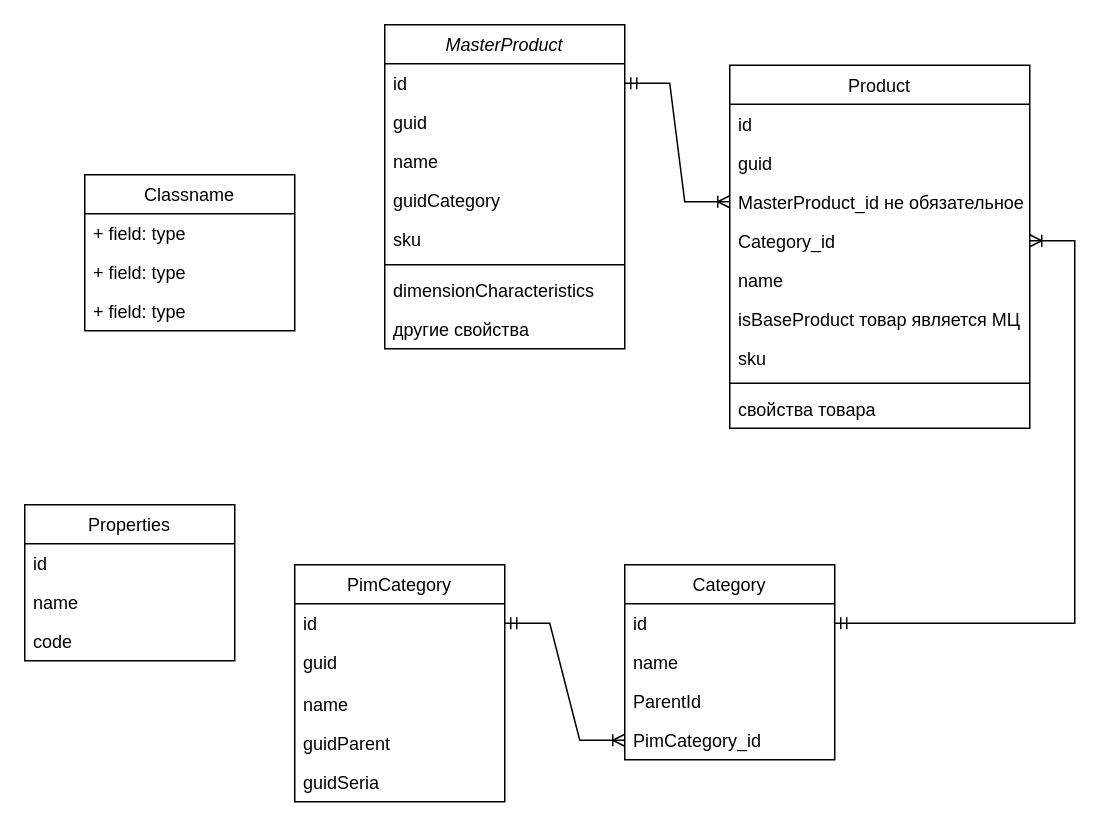
This is page "Page-1" (1 of 3) of base/Untitled Diagram.drawio from vartananastasia/ii, a draw.io file, before an edit. Source tidied: cells renumbered, new cells numbered last; positions are measured from the earlier drawing's top-left corner, leaving out a move shared by most shapes. Both pictures are drawn from the tidied source at 150%, with x=0, y=0 at pixel (24, 24).
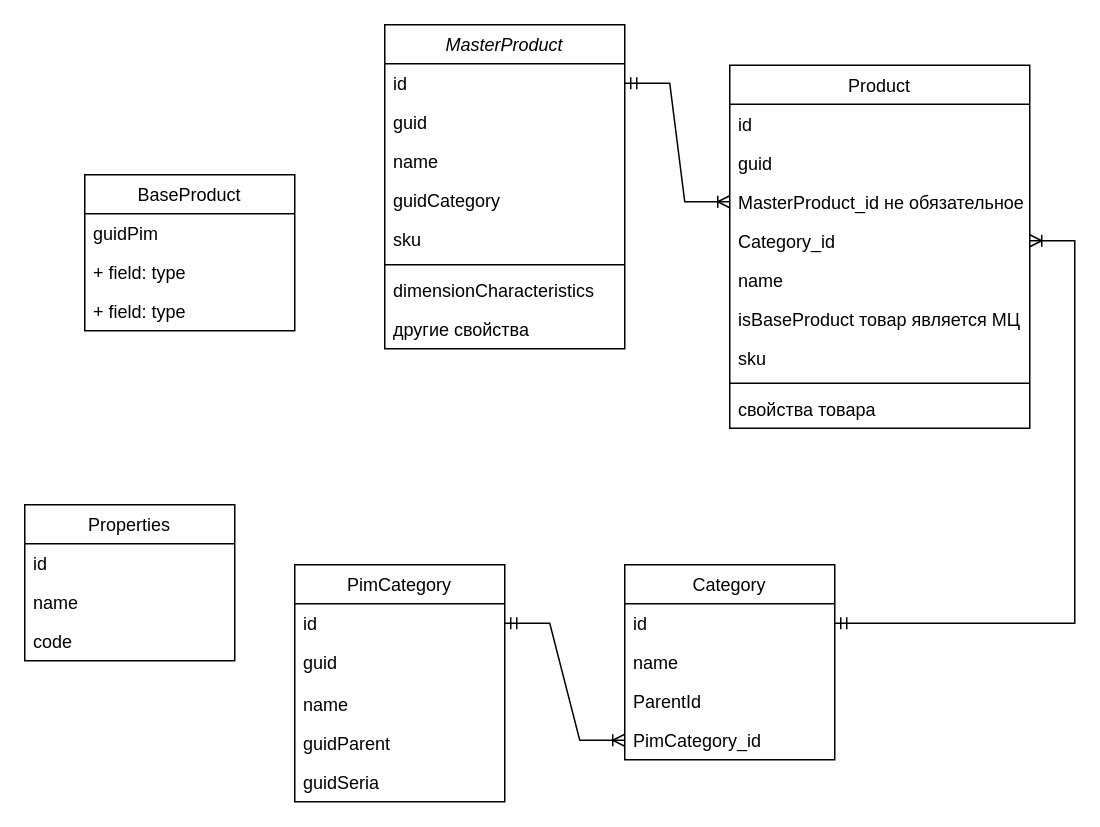
After the change.

What changed in the source:
```diff
@@
-    <mxCell id="39" value="Classname" style="swimlane;fontStyle=0;horizontal=1;startSize=26;fillColor=none;" parent="1" vertex="1">
+    <mxCell id="39" value="BaseProduct" style="swimlane;fontStyle=0;horizontal=1;startSize=26;fillColor=none;" parent="1" vertex="1">
       <mxGeometry x="40" y="100" width="140" height="104" as="geometry" />
     </mxCell>
-    <mxCell id="40" value="+ field: type" style="text;strokeColor=none;fillColor=none;align=left;verticalAlign=top;spacingLeft=4;spacingRight=4;overflow=hidden;" parent="39" vertex="1">
+    <mxCell id="40" value="guidPim" style="text;strokeColor=none;fillColor=none;align=left;verticalAlign=top;spacingLeft=4;spacingRight=4;overflow=hidden;" parent="39" vertex="1">
       <mxGeometry y="26" width="140" height="26" as="geometry" />
     </mxCell>
```
